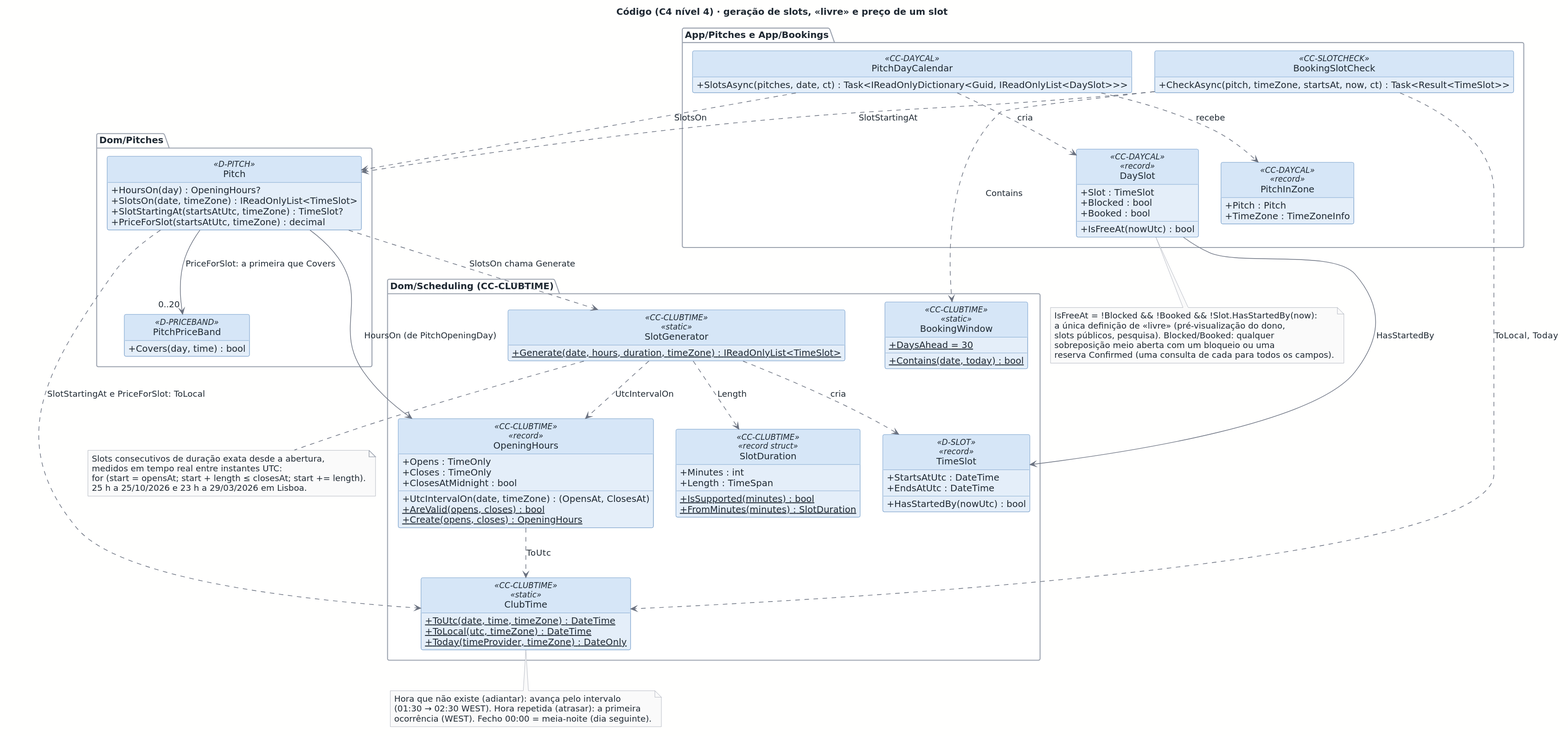
Before: docs/architecture/out/logical-code-slots.svg, a diagram exported from PlantUML (rodrigo4sousa/SportsEstablishments).
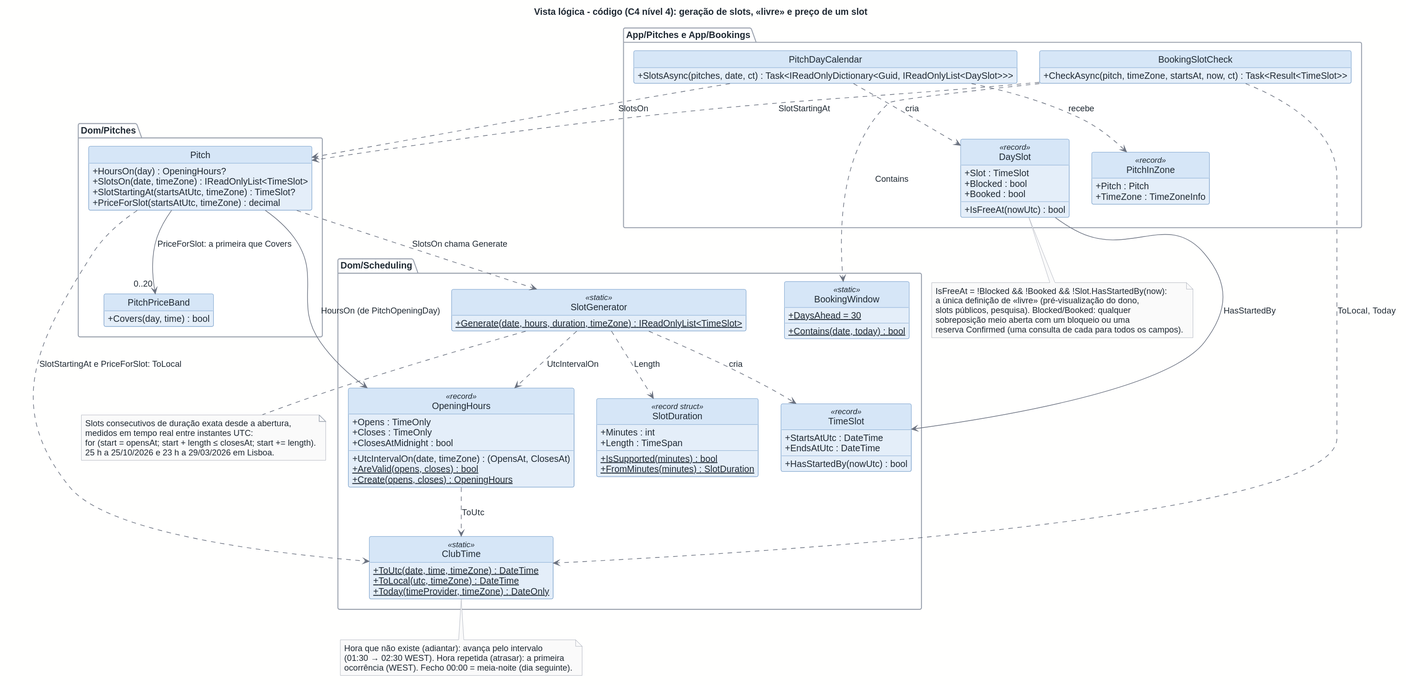
Above is the later version.

The edit, as a diff of the source:
```diff
@@ -1,16 +1,16 @@
 @startuml
 !include ../style.puml
-title Código (C4 nível 4) · geração de slots, «livre» e preço de um slot
+title Vista lógica - código (C4 nível 4): geração de slots, «livre» e preço de um slot
 
 hide empty members
 
-package "Dom/Scheduling (CC-CLUBTIME)" {
-  class ClubTime <<CC-CLUBTIME>> <<static>> {
+package "Dom/Scheduling" as CC_CLUBTIME {
+  class "ClubTime" as CC_CLUBTIME_ClubTime <<static>> {
     + {static} ToUtc(date, time, timeZone) : DateTime
     + {static} ToLocal(utc, timeZone) : DateTime
     + {static} Today(timeProvider, timeZone) : DateOnly
   }
-  class OpeningHours <<CC-CLUBTIME>> <<record>> {
+  class "OpeningHours" as CC_CLUBTIME_OpeningHours <<record>> {
     + Opens : TimeOnly
     + Closes : TimeOnly
     + ClosesAtMidnight : bool
@@ -18,87 +18,87 @@
     + {static} AreValid(opens, closes) : bool
     + {static} Create(opens, closes) : OpeningHours
   }
-  class SlotDuration <<CC-CLUBTIME>> <<record struct>> {
+  class "SlotDuration" as CC_CLUBTIME_SlotDuration <<record struct>> {
     + Minutes : int
     + Length : TimeSpan
     + {static} IsSupported(minutes) : bool
     + {static} FromMinutes(minutes) : SlotDuration
   }
-  class SlotGenerator <<CC-CLUBTIME>> <<static>> {
+  class "SlotGenerator" as CC_CLUBTIME_SlotGenerator <<static>> {
     + {static} Generate(date, hours, duration, timeZone) : IReadOnlyList<TimeSlot>
   }
-  class TimeSlot <<D-SLOT>> <<record>> {
+  class "TimeSlot" as D_SLOT <<record>> {
     + StartsAtUtc : DateTime
     + EndsAtUtc : DateTime
     + HasStartedBy(nowUtc) : bool
   }
-  class BookingWindow <<CC-CLUBTIME>> <<static>> {
+  class "BookingWindow" as CC_CLUBTIME_BookingWindow <<static>> {
     + {static} DaysAhead = 30
     + {static} Contains(date, today) : bool
   }
 }
 
 package "Dom/Pitches" {
-  class Pitch <<D-PITCH>> {
+  class "Pitch" as D_PITCH {
     + HoursOn(day) : OpeningHours?
     + SlotsOn(date, timeZone) : IReadOnlyList<TimeSlot>
     + SlotStartingAt(startsAtUtc, timeZone) : TimeSlot?
     + PriceForSlot(startsAtUtc, timeZone) : decimal
   }
-  class PitchPriceBand <<D-PRICEBAND>> {
+  class "PitchPriceBand" as D_PRICEBAND {
     + Covers(day, time) : bool
   }
 }
 
 package "App/Pitches e App/Bookings" {
-  class PitchDayCalendar <<CC-DAYCAL>> {
+  class "PitchDayCalendar" as CC_DAYCAL {
     + SlotsAsync(pitches, date, ct) : Task<IReadOnlyDictionary<Guid, IReadOnlyList<DaySlot>>>
   }
-  class DaySlot <<CC-DAYCAL>> <<record>> {
+  class "DaySlot" as CC_DAYCAL_DaySlot <<record>> {
     + Slot : TimeSlot
     + Blocked : bool
     + Booked : bool
     + IsFreeAt(nowUtc) : bool
   }
-  class PitchInZone <<CC-DAYCAL>> <<record>> {
+  class "PitchInZone" as CC_DAYCAL_PitchInZone <<record>> {
     + Pitch : Pitch
     + TimeZone : TimeZoneInfo
   }
-  class BookingSlotCheck <<CC-SLOTCHECK>> {
+  class "BookingSlotCheck" as CC_SLOTCHECK {
     + CheckAsync(pitch, timeZone, startsAt, now, ct) : Task<Result<TimeSlot>>
   }
 }
 
-Pitch --> OpeningHours : HoursOn (de PitchOpeningDay)
-Pitch ..> SlotGenerator : SlotsOn chama Generate
-Pitch ..> ClubTime : SlotStartingAt e PriceForSlot: ToLocal
-Pitch --> "0..20" PitchPriceBand : PriceForSlot: a primeira que Covers
-SlotGenerator ..> OpeningHours : UtcIntervalOn
-SlotGenerator ..> SlotDuration : Length
-SlotGenerator ..> TimeSlot : cria
-OpeningHours ..> ClubTime : ToUtc
-PitchDayCalendar ..> PitchInZone : recebe
-PitchDayCalendar ..> Pitch : SlotsOn
-PitchDayCalendar ..> DaySlot : cria
-DaySlot --> TimeSlot : HasStartedBy
-BookingSlotCheck ..> Pitch : SlotStartingAt
-BookingSlotCheck ..> BookingWindow : Contains
-BookingSlotCheck ..> ClubTime : ToLocal, Today
+D_PITCH --> CC_CLUBTIME_OpeningHours : HoursOn (de PitchOpeningDay)
+D_PITCH ..> CC_CLUBTIME_SlotGenerator : SlotsOn chama Generate
+D_PITCH ..> CC_CLUBTIME_ClubTime : SlotStartingAt e PriceForSlot: ToLocal
+D_PITCH --> "0..20" D_PRICEBAND : PriceForSlot: a primeira que Covers
+CC_CLUBTIME_SlotGenerator ..> CC_CLUBTIME_OpeningHours : UtcIntervalOn
+CC_CLUBTIME_SlotGenerator ..> CC_CLUBTIME_SlotDuration : Length
+CC_CLUBTIME_SlotGenerator ..> D_SLOT : cria
+CC_CLUBTIME_OpeningHours ..> CC_CLUBTIME_ClubTime : ToUtc
+CC_DAYCAL ..> CC_DAYCAL_PitchInZone : recebe
+CC_DAYCAL ..> D_PITCH : SlotsOn
+CC_DAYCAL ..> CC_DAYCAL_DaySlot : cria
+CC_DAYCAL_DaySlot --> D_SLOT : HasStartedBy
+CC_SLOTCHECK ..> D_PITCH : SlotStartingAt
+CC_SLOTCHECK ..> CC_CLUBTIME_BookingWindow : Contains
+CC_SLOTCHECK ..> CC_CLUBTIME_ClubTime : ToLocal, Today
 
-note bottom of SlotGenerator
+note bottom of CC_CLUBTIME_SlotGenerator
   Slots consecutivos de duração exata desde a abertura,
   medidos em tempo real entre instantes UTC:
   for (start = opensAt; start + length ≤ closesAt; start += length).
   25 h a 25/10/2026 e 23 h a 29/03/2026 em Lisboa.
 end note
 
-note bottom of ClubTime
+note bottom of CC_CLUBTIME_ClubTime
   Hora que não existe (adiantar): avança pelo intervalo
   (01:30 → 02:30 WEST). Hora repetida (atrasar): a primeira
   ocorrência (WEST). Fecho 00:00 = meia-noite (dia seguinte).
 end note
 
-note bottom of DaySlot
+note bottom of CC_DAYCAL_DaySlot
   IsFreeAt = !Blocked && !Booked && !Slot.HasStartedBy(now):
   a única definição de «livre» (pré-visualização do dono,
   slots públicos, pesquisa). Blocked/Booked: qualquer
```
